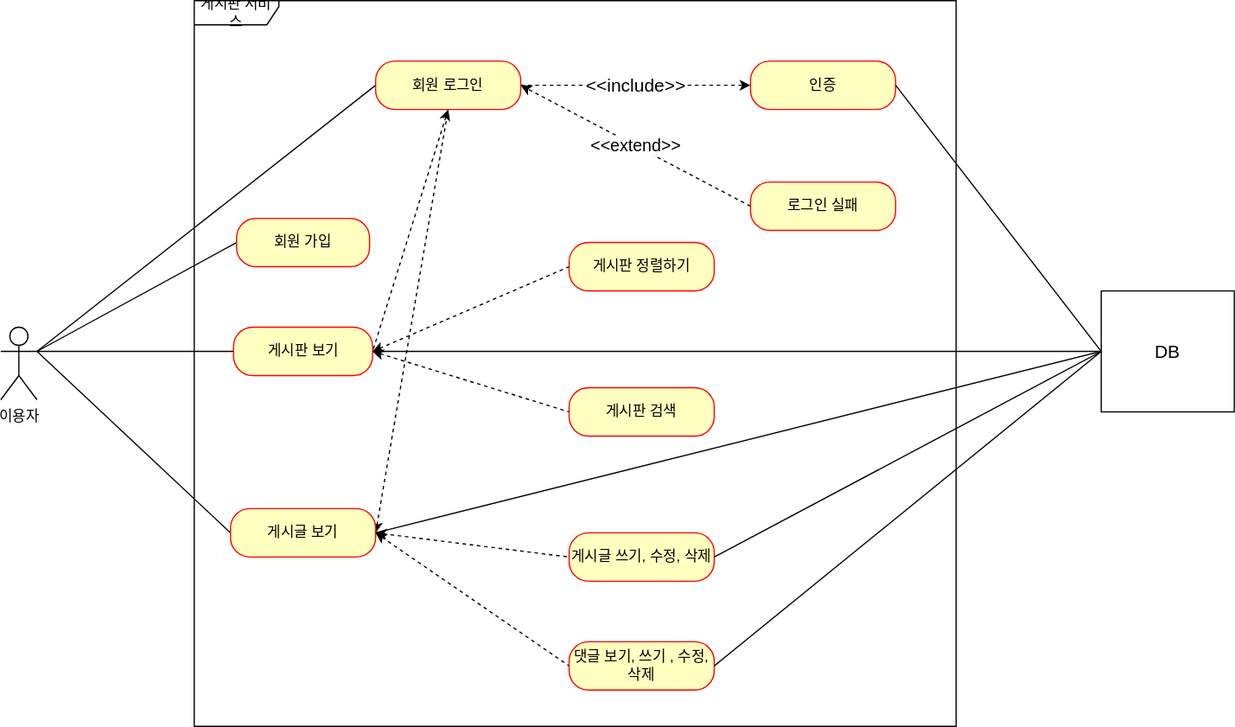
Earlier version of the draw.io export document/use-case.svg (hingjae/board-project). Source tidied: cells renumbered, new cells last; positions are measured from the earlier drawing's top-left corner, leaving out a move shared by most shapes.
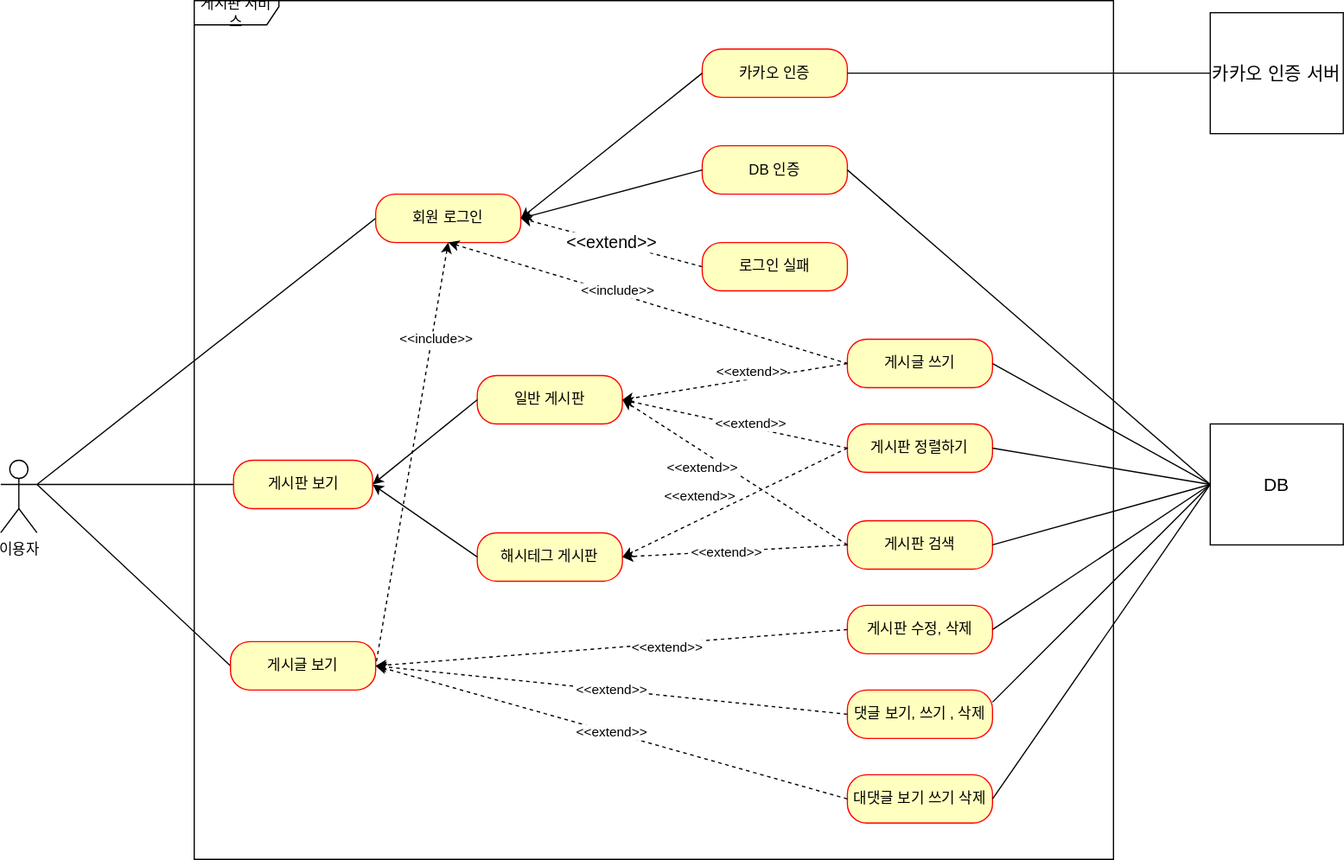
The same file after the commit.

What changed in the source:
```diff
@@ -4,5 +4,2 @@
     <mxCell id="1" parent="0" />
-    <mxCell id="2" style="jettySize=auto;html=1;strokeColor=default;rounded=0;startArrow=none;startFill=0;endArrow=none;endFill=0;exitX=1;exitY=0.3333333333333333;exitDx=0;exitDy=0;exitPerimeter=0;entryX=0;entryY=0.5;entryDx=0;entryDy=0;" parent="1" edge="1" source="4" target="6">
-      <mxGeometry relative="1" as="geometry" />
-    </mxCell>
     <mxCell id="3" style="rounded=0;jettySize=auto;html=1;exitX=1;exitY=0.3333333333333333;exitDx=0;exitDy=0;exitPerimeter=0;entryX=0;entryY=0.5;entryDx=0;entryDy=0;endArrow=none;endFill=0;" parent="1" edge="1" source="4" target="18">
@@ -14,7 +11,4 @@
     <mxCell id="5" value="게시판 서비스" style="shape=umlFrame;whiteSpace=wrap;html=1;width=70;height=20;" parent="1" vertex="1">
-      <mxGeometry x="160" width="630" height="600" as="geometry" />
+      <mxGeometry x="160" y="-110" width="760" height="710" as="geometry" />
     </mxCell>
-    <mxCell id="6" value="회원 가입" style="rounded=1;whiteSpace=wrap;html=1;arcSize=40;fontColor=#000000;fillColor=#ffffc0;strokeColor=#ff0000;" parent="1" vertex="1">
-      <mxGeometry x="195" y="180" width="110" height="40" as="geometry" />
-    </mxCell>
     <mxCell id="7" style="rounded=0;jettySize=auto;html=1;entryX=1;entryY=0.3333333333333333;entryDx=0;entryDy=0;entryPerimeter=0;endArrow=none;endFill=0;" parent="1" edge="1" source="10" target="4">
@@ -22,8 +16,2 @@
     </mxCell>
-    <mxCell id="8" style="rounded=0;jettySize=auto;html=1;exitX=1;exitY=0.5;exitDx=0;exitDy=0;entryX=0;entryY=0.5;entryDx=0;entryDy=0;endArrow=none;endFill=0;startArrow=classic;startFill=1;dashed=1;" parent="1" edge="1" source="10" target="22">
-      <mxGeometry relative="1" as="geometry" />
-    </mxCell>
-    <mxCell id="9" style="edgeStyle=none;shape=connector;rounded=0;jettySize=auto;html=1;exitX=1;exitY=0.5;exitDx=0;exitDy=0;entryX=0;entryY=0.5;entryDx=0;entryDy=0;dashed=1;labelBackgroundColor=default;strokeColor=default;fontFamily=Helvetica;fontSize=11;fontColor=default;startArrow=classic;startFill=1;endArrow=none;endFill=0;" parent="1" edge="1" source="10" target="23">
-      <mxGeometry relative="1" as="geometry" />
-    </mxCell>
     <mxCell id="10" value="게시판 보기" style="rounded=1;whiteSpace=wrap;html=1;arcSize=40;fontColor=#000000;fillColor=#ffffc0;strokeColor=#ff0000;" parent="1" vertex="1">
@@ -34,11 +22,7 @@
     </mxCell>
-    <mxCell id="12" style="rounded=0;jettySize=auto;html=1;exitX=1;exitY=0.5;exitDx=0;exitDy=0;entryX=0.5;entryY=1;entryDx=0;entryDy=0;dashed=1;startArrow=classic;startFill=1;endArrow=none;endFill=0;" parent="1" edge="1" source="15" target="18">
-      <mxGeometry relative="1" as="geometry" />
+    <mxCell id="12" value="&amp;lt;&amp;lt;include&amp;gt;&amp;gt;" style="rounded=0;jettySize=auto;html=1;entryX=1;entryY=0.5;entryDx=0;entryDy=0;dashed=1;startArrow=classic;startFill=1;endArrow=none;endFill=0;exitX=0.5;exitY=1;exitDx=0;exitDy=0;" parent="1" edge="1" source="18" target="15">
+      <mxGeometry x="-0.55" y="4" relative="1" as="geometry">
+        <mxPoint y="-1" as="offset" />
+      </mxGeometry>
     </mxCell>
-    <mxCell id="13" style="edgeStyle=none;shape=connector;rounded=0;jettySize=auto;html=1;exitX=1;exitY=0.5;exitDx=0;exitDy=0;entryX=0;entryY=0.5;entryDx=0;entryDy=0;dashed=1;labelBackgroundColor=default;strokeColor=default;fontFamily=Helvetica;fontSize=11;fontColor=default;startArrow=classic;startFill=1;endArrow=none;endFill=0;" parent="1" edge="1" source="15" target="24">
-      <mxGeometry relative="1" as="geometry" />
-    </mxCell>
-    <mxCell id="14" style="edgeStyle=none;shape=connector;rounded=0;jettySize=auto;html=1;exitX=1;exitY=0.5;exitDx=0;exitDy=0;entryX=0;entryY=0.5;entryDx=0;entryDy=0;dashed=1;labelBackgroundColor=default;strokeColor=default;fontFamily=Helvetica;fontSize=11;fontColor=default;startArrow=classic;startFill=1;endArrow=none;endFill=0;" parent="1" edge="1" source="15" target="25">
-      <mxGeometry relative="1" as="geometry" />
-    </mxCell>
     <mxCell id="15" value="게시글 보기" style="rounded=1;whiteSpace=wrap;html=1;arcSize=40;fontColor=#000000;fillColor=#ffffc0;strokeColor=#ff0000;" parent="1" vertex="1">
@@ -46,8 +30,2 @@
     </mxCell>
-    <mxCell id="16" value="&lt;font style=&quot;font-size: 15px;&quot;&gt;&amp;lt;&amp;lt;include&amp;gt;&amp;gt;&lt;/font&gt;" style="edgeStyle=orthogonalEdgeStyle;rounded=0;jettySize=auto;html=1;exitX=1;exitY=0.5;exitDx=0;exitDy=0;endArrow=classic;endFill=1;dashed=1;" parent="1" edge="1" source="18" target="19">
-      <mxGeometry relative="1" as="geometry" />
-    </mxCell>
-    <mxCell id="17" style="rounded=0;jettySize=auto;html=1;exitX=0.5;exitY=1;exitDx=0;exitDy=0;entryX=1;entryY=0.5;entryDx=0;entryDy=0;startArrow=classic;startFill=1;endArrow=none;endFill=0;dashed=1;" parent="1" edge="1" source="18" target="10">
-      <mxGeometry relative="1" as="geometry" />
-    </mxCell>
     <mxCell id="18" value="회원 로그인" style="rounded=1;whiteSpace=wrap;html=1;arcSize=40;fontColor=#000000;fillColor=#ffffc0;strokeColor=#ff0000;" parent="1" vertex="1">
@@ -55,4 +33,4 @@
     </mxCell>
-    <mxCell id="19" value="인증" style="rounded=1;whiteSpace=wrap;html=1;arcSize=40;fontColor=#000000;fillColor=#ffffc0;strokeColor=#ff0000;" parent="1" vertex="1">
-      <mxGeometry x="620" y="50" width="120" height="40" as="geometry" />
+    <mxCell id="19" value="DB 인증" style="rounded=1;whiteSpace=wrap;html=1;arcSize=40;fontColor=#000000;fillColor=#ffffc0;strokeColor=#ff0000;" parent="1" vertex="1">
+      <mxGeometry x="580" y="10" width="120" height="40" as="geometry" />
     </mxCell>
@@ -62,15 +40,15 @@
     <mxCell id="21" value="로그인 실패" style="rounded=1;whiteSpace=wrap;html=1;arcSize=40;fontColor=#000000;fillColor=#ffffc0;strokeColor=#ff0000;" parent="1" vertex="1">
-      <mxGeometry x="620" y="150" width="120" height="40" as="geometry" />
+      <mxGeometry x="580" y="90" width="120" height="40" as="geometry" />
     </mxCell>
     <mxCell id="22" value="게시판 정렬하기" style="rounded=1;whiteSpace=wrap;html=1;arcSize=40;fontColor=#000000;fillColor=#ffffc0;strokeColor=#ff0000;" parent="1" vertex="1">
-      <mxGeometry x="470" y="200" width="120" height="40" as="geometry" />
+      <mxGeometry x="700" y="240" width="120" height="40" as="geometry" />
     </mxCell>
     <mxCell id="23" value="게시판 검색" style="rounded=1;whiteSpace=wrap;html=1;arcSize=40;fontColor=#000000;fillColor=#ffffc0;strokeColor=#ff0000;" parent="1" vertex="1">
-      <mxGeometry x="470" y="320" width="120" height="40" as="geometry" />
+      <mxGeometry x="700" y="320" width="120" height="40" as="geometry" />
     </mxCell>
-    <mxCell id="24" value="게시글 쓰기, 수정, 삭제" style="rounded=1;whiteSpace=wrap;html=1;arcSize=40;fontColor=#000000;fillColor=#ffffc0;strokeColor=#ff0000;" parent="1" vertex="1">
-      <mxGeometry x="470" y="440" width="120" height="40" as="geometry" />
+    <mxCell id="24" value="게시글 쓰기" style="rounded=1;whiteSpace=wrap;html=1;arcSize=40;fontColor=#000000;fillColor=#ffffc0;strokeColor=#ff0000;" parent="1" vertex="1">
+      <mxGeometry x="700" y="170" width="120" height="40" as="geometry" />
     </mxCell>
-    <mxCell id="25" value="댓글 보기, 쓰기 , 수정, 삭제" style="rounded=1;whiteSpace=wrap;html=1;arcSize=40;fontColor=#000000;fillColor=#ffffc0;strokeColor=#ff0000;" parent="1" vertex="1">
-      <mxGeometry x="470" y="530" width="120" height="40" as="geometry" />
+    <mxCell id="25" value="댓글 보기, 쓰기 , 삭제" style="rounded=1;whiteSpace=wrap;html=1;arcSize=40;fontColor=#000000;fillColor=#ffffc0;strokeColor=#ff0000;" parent="1" vertex="1">
+      <mxGeometry x="700" y="460" width="120" height="40" as="geometry" />
     </mxCell>
@@ -79,16 +57,4 @@
     </mxCell>
-    <mxCell id="27" style="edgeStyle=none;shape=connector;rounded=0;jettySize=auto;html=1;exitX=0;exitY=0.5;exitDx=0;exitDy=0;labelBackgroundColor=default;strokeColor=default;fontFamily=Helvetica;fontSize=11;fontColor=default;startArrow=none;startFill=0;endArrow=none;endFill=0;entryX=1;entryY=0.5;entryDx=0;entryDy=0;" parent="1" edge="1" source="31" target="10">
-      <mxGeometry relative="1" as="geometry" />
-    </mxCell>
-    <mxCell id="28" style="edgeStyle=none;shape=connector;rounded=0;jettySize=auto;html=1;exitX=0;exitY=0.5;exitDx=0;exitDy=0;entryX=1;entryY=0.5;entryDx=0;entryDy=0;labelBackgroundColor=default;strokeColor=default;fontFamily=Helvetica;fontSize=11;fontColor=default;startArrow=none;startFill=0;endArrow=none;endFill=0;" parent="1" edge="1" source="31" target="15">
-      <mxGeometry relative="1" as="geometry" />
-    </mxCell>
-    <mxCell id="29" style="edgeStyle=none;shape=connector;rounded=0;jettySize=auto;html=1;exitX=0;exitY=0.5;exitDx=0;exitDy=0;entryX=1;entryY=0.5;entryDx=0;entryDy=0;labelBackgroundColor=default;strokeColor=default;fontFamily=Helvetica;fontSize=11;fontColor=default;startArrow=none;startFill=0;endArrow=none;endFill=0;" parent="1" edge="1" source="31" target="24">
-      <mxGeometry relative="1" as="geometry" />
-    </mxCell>
-    <mxCell id="30" style="edgeStyle=none;shape=connector;rounded=0;jettySize=auto;html=1;exitX=0;exitY=0.5;exitDx=0;exitDy=0;entryX=1;entryY=0.5;entryDx=0;entryDy=0;labelBackgroundColor=default;strokeColor=default;fontFamily=Helvetica;fontSize=11;fontColor=default;startArrow=none;startFill=0;endArrow=none;endFill=0;" parent="1" edge="1" source="31" target="25">
-      <mxGeometry relative="1" as="geometry" />
-    </mxCell>
     <mxCell id="31" value="&lt;font style=&quot;font-size: 15px;&quot;&gt;DB&lt;/font&gt;" style="html=1;whiteSpace=wrap;fontFamily=Helvetica;fontSize=11;fontColor=default;" parent="1" vertex="1">
-      <mxGeometry x="910" y="240" width="110" height="100" as="geometry" />
+      <mxGeometry x="1000" y="240" width="110" height="100" as="geometry" />
     </mxCell>
@@ -97,2 +63,108 @@
     </mxCell>
+    <mxCell id="33" value="일반 게시판" style="rounded=1;whiteSpace=wrap;html=1;arcSize=40;fontColor=#000000;fillColor=#ffffc0;strokeColor=#ff0000;" parent="1" vertex="1">
+      <mxGeometry x="394" y="200" width="120" height="40" as="geometry" />
+    </mxCell>
+    <mxCell id="34" value="해시테그 게시판" style="rounded=1;whiteSpace=wrap;html=1;arcSize=40;fontColor=#000000;fillColor=#ffffc0;strokeColor=#ff0000;" parent="1" vertex="1">
+      <mxGeometry x="394" y="330" width="120" height="40" as="geometry" />
+    </mxCell>
+    <mxCell id="35" value="게시판 수정, 삭제" style="rounded=1;whiteSpace=wrap;html=1;arcSize=40;fontColor=#000000;fillColor=#ffffc0;strokeColor=#ff0000;" parent="1" vertex="1">
+      <mxGeometry x="700" y="390" width="120" height="40" as="geometry" />
+    </mxCell>
+    <mxCell id="36" value="대댓글 보기 쓰기 삭제" style="rounded=1;whiteSpace=wrap;html=1;arcSize=40;fontColor=#000000;fillColor=#ffffc0;strokeColor=#ff0000;" parent="1" vertex="1">
+      <mxGeometry x="700" y="530" width="120" height="40" as="geometry" />
+    </mxCell>
+    <mxCell id="37" value="&amp;lt;&amp;lt;extend&amp;gt;&amp;gt;" style="endArrow=classic;html=1;rounded=0;entryX=1;entryY=0.5;entryDx=0;entryDy=0;exitX=0;exitY=0.5;exitDx=0;exitDy=0;dashed=1;" parent="1" edge="1" source="36" target="15">
+      <mxGeometry relative="1" as="geometry" />
+    </mxCell>
+    <mxCell id="38" value="&amp;lt;&amp;lt;extend&amp;gt;&amp;gt;" style="endArrow=classic;html=1;rounded=0;entryX=1;entryY=0.5;entryDx=0;entryDy=0;exitX=0;exitY=0.5;exitDx=0;exitDy=0;dashed=1;" parent="1" edge="1" source="25" target="15">
+      <mxGeometry relative="1" as="geometry" />
+    </mxCell>
+    <mxCell id="39" style="endArrow=classic;html=1;rounded=0;entryX=1;entryY=0.5;entryDx=0;entryDy=0;exitX=0;exitY=0.5;exitDx=0;exitDy=0;dashed=1;" parent="1" edge="1" source="35" target="15">
+      <mxGeometry relative="1" as="geometry" />
+    </mxCell>
+    <mxCell id="40" value="&amp;lt;&amp;lt;extend&amp;gt;&amp;gt;" style="edgeLabel;html=1;align=center;verticalAlign=middle;" parent="39" vertex="1">
+      <mxGeometry x="-0.24" y="3" relative="1" as="geometry" />
+    </mxCell>
+    <mxCell id="41" style="endArrow=classic;html=1;rounded=0;entryX=1;entryY=0.5;entryDx=0;entryDy=0;exitX=0;exitY=0.5;exitDx=0;exitDy=0;dashed=1;" parent="1" edge="1" source="23" target="34">
+      <mxGeometry relative="1" as="geometry" />
+    </mxCell>
+    <mxCell id="42" value="&amp;lt;&amp;lt;extend&amp;gt;&amp;gt;" style="edgeLabel;html=1;align=center;verticalAlign=middle;" parent="41" vertex="1">
+      <mxGeometry x="-0.24" y="3" relative="1" as="geometry">
+        <mxPoint x="-30" y="-1" as="offset" />
+      </mxGeometry>
+    </mxCell>
+    <mxCell id="43" style="endArrow=classic;html=1;rounded=0;entryX=1;entryY=0.5;entryDx=0;entryDy=0;exitX=0;exitY=0.5;exitDx=0;exitDy=0;dashed=1;" parent="1" edge="1" source="23" target="33">
+      <mxGeometry relative="1" as="geometry" />
+    </mxCell>
+    <mxCell id="44" value="&amp;lt;&amp;lt;extend&amp;gt;&amp;gt;" style="edgeLabel;html=1;align=center;verticalAlign=middle;" parent="43" vertex="1">
+      <mxGeometry x="-0.24" y="3" relative="1" as="geometry">
+        <mxPoint x="-49" y="3" as="offset" />
+      </mxGeometry>
+    </mxCell>
+    <mxCell id="45" style="endArrow=classic;html=1;rounded=0;entryX=1;entryY=0.5;entryDx=0;entryDy=0;exitX=0;exitY=0.5;exitDx=0;exitDy=0;dashed=1;" parent="1" edge="1" source="22" target="33">
+      <mxGeometry relative="1" as="geometry" />
+    </mxCell>
+    <mxCell id="46" value="&amp;lt;&amp;lt;extend&amp;gt;&amp;gt;" style="edgeLabel;html=1;align=center;verticalAlign=middle;" parent="45" vertex="1">
+      <mxGeometry x="-0.24" y="3" relative="1" as="geometry">
+        <mxPoint x="-9" y="-8" as="offset" />
+      </mxGeometry>
+    </mxCell>
+    <mxCell id="47" style="endArrow=classic;html=1;rounded=0;entryX=1;entryY=0.5;entryDx=0;entryDy=0;exitX=0;exitY=0.5;exitDx=0;exitDy=0;dashed=1;" parent="1" edge="1" source="22" target="34">
+      <mxGeometry relative="1" as="geometry" />
+    </mxCell>
+    <mxCell id="48" value="&amp;lt;&amp;lt;extend&amp;gt;&amp;gt;" style="edgeLabel;html=1;align=center;verticalAlign=middle;" parent="47" vertex="1">
+      <mxGeometry x="-0.24" y="3" relative="1" as="geometry">
+        <mxPoint x="-51" y="-22" as="offset" />
+      </mxGeometry>
+    </mxCell>
+    <mxCell id="49" style="endArrow=classic;html=1;rounded=0;entryX=1;entryY=0.5;entryDx=0;entryDy=0;exitX=0;exitY=0.5;exitDx=0;exitDy=0;dashed=1;" parent="1" edge="1" source="24" target="33">
+      <mxGeometry relative="1" as="geometry" />
+    </mxCell>
+    <mxCell id="50" value="&amp;lt;&amp;lt;extend&amp;gt;&amp;gt;" style="edgeLabel;html=1;align=center;verticalAlign=middle;" parent="49" vertex="1">
+      <mxGeometry x="-0.24" y="3" relative="1" as="geometry">
+        <mxPoint x="-9" y="-8" as="offset" />
+      </mxGeometry>
+    </mxCell>
+    <mxCell id="51" value="카카오 인증" style="rounded=1;whiteSpace=wrap;html=1;arcSize=40;fontColor=#000000;fillColor=#ffffc0;strokeColor=#ff0000;" parent="1" vertex="1">
+      <mxGeometry x="580" y="-70" width="120" height="40" as="geometry" />
+    </mxCell>
+    <mxCell id="52" style="endArrow=classic;html=1;rounded=0;entryX=1;entryY=0.5;entryDx=0;entryDy=0;exitX=0;exitY=0.5;exitDx=0;exitDy=0;" parent="1" edge="1" source="33" target="10">
+      <mxGeometry relative="1" as="geometry" />
+    </mxCell>
+    <mxCell id="53" style="endArrow=classic;html=1;rounded=0;entryX=1;entryY=0.5;entryDx=0;entryDy=0;exitX=0;exitY=0.5;exitDx=0;exitDy=0;" parent="1" edge="1" source="34" target="10">
+      <mxGeometry relative="1" as="geometry" />
+    </mxCell>
+    <mxCell id="16" value="&amp;lt;&amp;lt;include&amp;gt;&amp;gt;" style="rounded=0;jettySize=auto;html=1;entryX=0;entryY=0.5;entryDx=0;entryDy=0;dashed=1;startArrow=classic;startFill=1;endArrow=none;endFill=0;exitX=0.5;exitY=1;exitDx=0;exitDy=0;" parent="1" edge="1" source="18" target="24">
+      <mxGeometry x="-0.16" y="2" relative="1" as="geometry" />
+    </mxCell>
+    <mxCell id="54" style="endArrow=classic;html=1;rounded=0;entryX=1;entryY=0.5;entryDx=0;entryDy=0;exitX=0;exitY=0.5;exitDx=0;exitDy=0;" parent="1" edge="1" source="19" target="18">
+      <mxGeometry relative="1" as="geometry" />
+    </mxCell>
+    <mxCell id="55" style="endArrow=classic;html=1;rounded=0;entryX=1;entryY=0.5;entryDx=0;entryDy=0;exitX=0;exitY=0.5;exitDx=0;exitDy=0;" parent="1" edge="1" source="51" target="18">
+      <mxGeometry relative="1" as="geometry" />
+    </mxCell>
+    <mxCell id="29" style="edgeStyle=none;shape=connector;rounded=0;jettySize=auto;html=1;exitX=0;exitY=0.5;exitDx=0;exitDy=0;entryX=1;entryY=0.5;entryDx=0;entryDy=0;labelBackgroundColor=default;strokeColor=default;fontFamily=Helvetica;fontSize=11;fontColor=default;startArrow=none;startFill=0;endArrow=none;endFill=0;" parent="1" edge="1" source="31" target="24">
+      <mxGeometry relative="1" as="geometry" />
+    </mxCell>
+    <mxCell id="56" style="edgeStyle=none;shape=connector;rounded=0;jettySize=auto;html=1;exitX=0;exitY=0.5;exitDx=0;exitDy=0;entryX=1;entryY=0.5;entryDx=0;entryDy=0;labelBackgroundColor=default;strokeColor=default;fontFamily=Helvetica;fontSize=11;fontColor=default;startArrow=none;startFill=0;endArrow=none;endFill=0;" parent="1" edge="1" source="31" target="22">
+      <mxGeometry relative="1" as="geometry" />
+    </mxCell>
+    <mxCell id="57" style="edgeStyle=none;shape=connector;rounded=0;jettySize=auto;html=1;exitX=0;exitY=0.5;exitDx=0;exitDy=0;entryX=1;entryY=0.5;entryDx=0;entryDy=0;labelBackgroundColor=default;strokeColor=default;fontFamily=Helvetica;fontSize=11;fontColor=default;startArrow=none;startFill=0;endArrow=none;endFill=0;" parent="1" edge="1" source="31" target="23">
+      <mxGeometry relative="1" as="geometry" />
+    </mxCell>
+    <mxCell id="58" style="edgeStyle=none;shape=connector;rounded=0;jettySize=auto;html=1;exitX=0;exitY=0.5;exitDx=0;exitDy=0;entryX=1;entryY=0.5;entryDx=0;entryDy=0;labelBackgroundColor=default;strokeColor=default;fontFamily=Helvetica;fontSize=11;fontColor=default;startArrow=none;startFill=0;endArrow=none;endFill=0;" parent="1" edge="1" source="31" target="35">
+      <mxGeometry relative="1" as="geometry" />
+    </mxCell>
+    <mxCell id="30" style="edgeStyle=none;shape=connector;rounded=0;jettySize=auto;html=1;exitX=0;exitY=0.5;exitDx=0;exitDy=0;entryX=1;entryY=0.25;entryDx=0;entryDy=0;labelBackgroundColor=default;strokeColor=default;fontFamily=Helvetica;fontSize=11;fontColor=default;startArrow=none;startFill=0;endArrow=none;endFill=0;" parent="1" edge="1" source="31" target="25">
+      <mxGeometry relative="1" as="geometry" />
+    </mxCell>
+    <mxCell id="59" style="edgeStyle=none;shape=connector;rounded=0;jettySize=auto;html=1;exitX=0;exitY=0.5;exitDx=0;exitDy=0;entryX=1;entryY=0.5;entryDx=0;entryDy=0;labelBackgroundColor=default;strokeColor=default;fontFamily=Helvetica;fontSize=11;fontColor=default;startArrow=none;startFill=0;endArrow=none;endFill=0;" parent="1" edge="1" source="31" target="36">
+      <mxGeometry relative="1" as="geometry" />
+    </mxCell>
+    <mxCell id="60" value="&lt;font style=&quot;font-size: 15px;&quot;&gt;카카오 인증 서버&lt;/font&gt;" style="html=1;whiteSpace=wrap;fontFamily=Helvetica;fontSize=11;fontColor=default;" parent="1" vertex="1">
+      <mxGeometry x="1000" y="-100" width="110" height="100" as="geometry" />
+    </mxCell>
+    <mxCell id="61" style="edgeStyle=none;shape=connector;rounded=0;jettySize=auto;html=1;exitX=0;exitY=0.5;exitDx=0;exitDy=0;entryX=1;entryY=0.5;entryDx=0;entryDy=0;labelBackgroundColor=default;strokeColor=default;fontFamily=Helvetica;fontSize=11;fontColor=default;startArrow=none;startFill=0;endArrow=none;endFill=0;" parent="1" edge="1" source="60" target="51">
+      <mxGeometry relative="1" as="geometry" />
+    </mxCell>
   </root>
```
